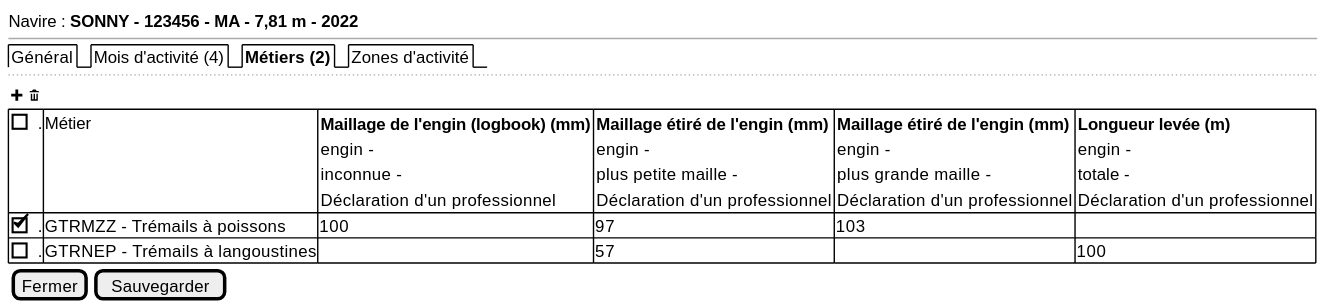
Before: projects/activity-calendar/spe/images/activity-calendar-metiers.svg, a diagram exported from PlantUML (sumaris-net/sumaris-doc).
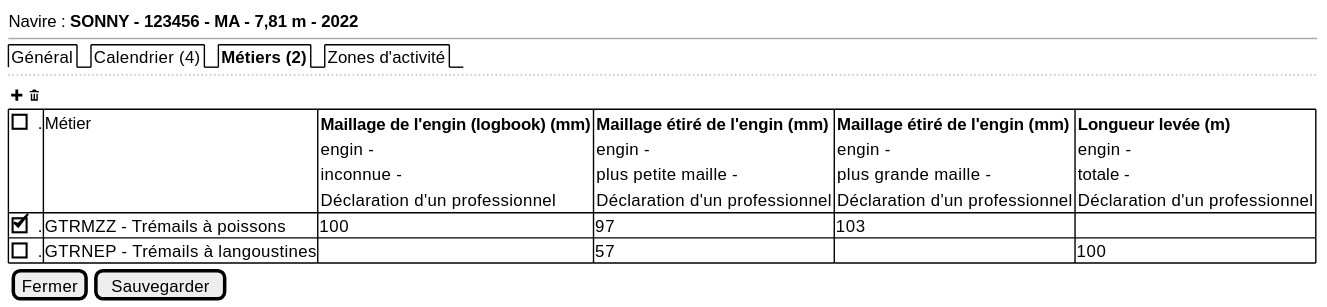
The same file after the commit.

Commit message:
[enh] update enh with 23/05/2024 activity calendar meeting

Change to the diagram source:
```diff
@@ -2,7 +2,7 @@
 {
   Navire : <b>SONNY - 123456 - MA - 7,81 m - 2022
   --
-  {/ Général | Mois d'activité (4) | <b>Métiers (2) | Zones d'activité}
+  {/ Général | Calendrier (4) | <b>Métiers (2) | Zones d'activité}
   ..
   { <&plus> <&trash> }
   {# [ ]. |Métier | {<b>Maillage de l'engin (logbook) (mm)
```
